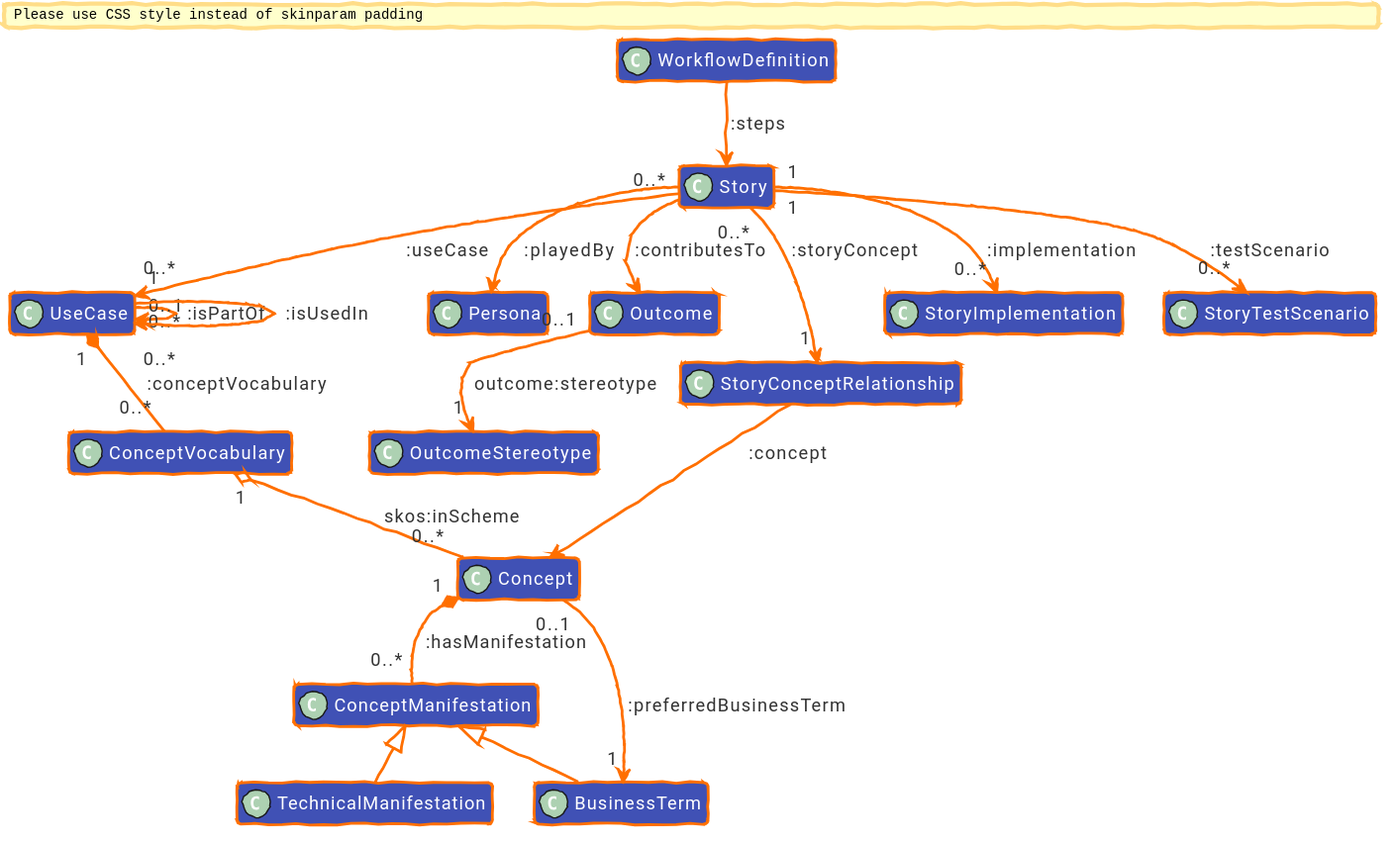
Before: diagrams/out/uctm-story.svg, a diagram exported from PlantUML (EKGF/ekg-method).
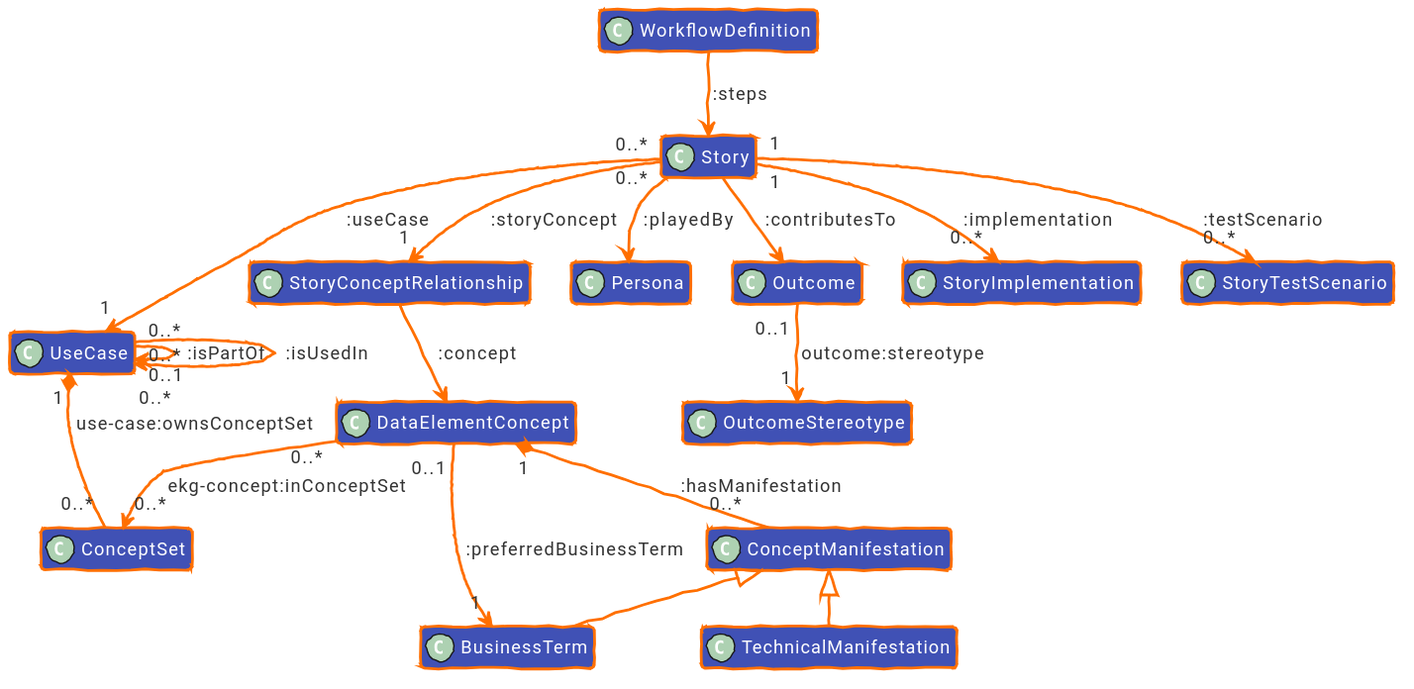
After the change.

Diff of the diagram source:
```diff
@@ -64,8 +64,8 @@
 class "Persona" as Persona [[/concept/persona/#ontology]]
 class "Outcome" as Outcome [[/concept/outcome/#ontology]]
 class "OutcomeStereotype" as OutcomeStereotype [[/concept/outcome/outcome-stereotype/#ontology]]
-class "Concept" as Concept [[/concept/concept/#ontology]]
-class "ConceptVocabulary" as ConceptVocabulary [[/concept/concept/concept-vocabulary/#ontology]]
+class "DataElementConcept" as DataElementConcept [[/concept/concept/#ontology]]
+class "ConceptSet" as ConceptSet [[/concept/concept/concept-vocabulary/#ontology]]
 class "ConceptManifestation" as ConceptManifestation [[/concept/term/#ontology]]
 class "BusinessTerm" as BusinessTerm [[/concept/term/business-term/#ontology]]
 class "TechnicalManifestation" as TechnicalManifestation [[/concept/term/technical-term/#ontology]]
@@ -87,13 +87,13 @@
 Story --> Persona : :playedBy
 Story --> Outcome : :contributesTo
 
-UseCase "1" *-- "0..*" ConceptVocabulary : :conceptVocabulary
-ConceptVocabulary "1" o-- "0..*" Concept : skos:inScheme
+UseCase "1" *-- "0..*" ConceptSet : use-case:ownsConceptSet
+DataElementConcept "0..*" --> "0..*" ConceptSet : ekg-concept:inConceptSet
 
 Story "0..*" --> "1" StoryConceptRelationship : :storyConcept
-StoryConceptRelationship --> Concept : :concept
-Concept "1" *-- "0..*" ConceptManifestation : :hasManifestation
-Concept "0..1" --> "1" BusinessTerm : :preferredBusinessTerm
+StoryConceptRelationship --> DataElementConcept : :concept
+DataElementConcept "1" *-- "0..*" ConceptManifestation : :hasManifestation
+DataElementConcept "0..1" --> "1" BusinessTerm : :preferredBusinessTerm
 
 Story "1" --> "0..*" StoryImplementation : :implementation
 
```
